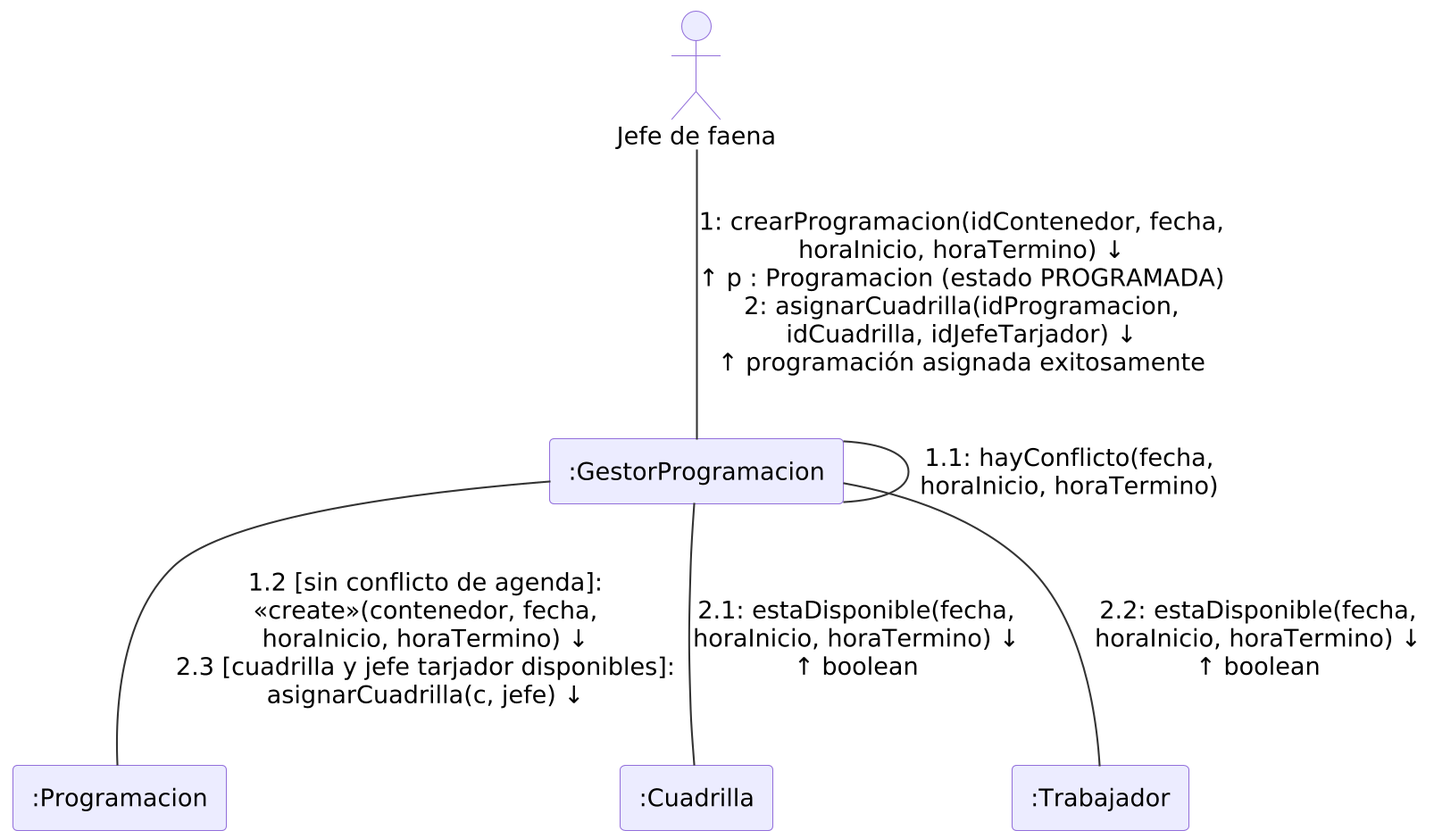
This is Figuras/diagramas/18-col-crear-programacion.png from RenatoEspina/Latex-proyecto, a PlantUML export, as it was before one commit.
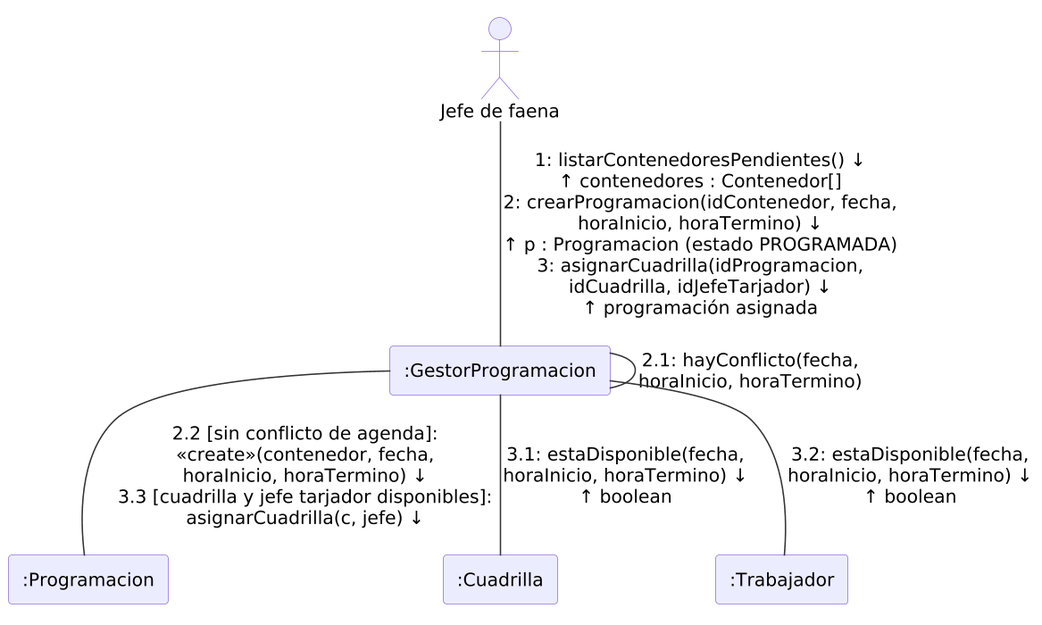
The same diagram one commit later.

Change to the diagram source:
```diff
@@ -1,5 +1,5 @@
 @startuml
-skinparamlocked dpi 200
+skinparamlocked dpi 150
 !include _estilo.iuml
 actor "Jefe de faena" as JF
 rectangle ":GestorProgramacion" as GP
@@ -7,9 +7,9 @@
 rectangle ":Cuadrilla" as CU
 rectangle ":Trabajador" as T
 
-JF -- GP : "1: crearProgramacion(idContenedor, fecha,\nhoraInicio, horaTermino) ↓\n↑ p : Programacion (estado PROGRAMADA)\n2: asignarCuadrilla(idProgramacion,\nidCuadrilla, idJefeTarjador) ↓\n↑ programación asignada exitosamente"
-GP -- GP : "1.1: hayConflicto(fecha,\nhoraInicio, horaTermino)"
-GP -- P : "1.2 [sin conflicto de agenda]:\n<<create>>(contenedor, fecha,\nhoraInicio, horaTermino) ↓\n2.3 [cuadrilla y jefe tarjador disponibles]:\nasignarCuadrilla(c, jefe) ↓"
-GP -- CU : "2.1: estaDisponible(fecha,\nhoraInicio, horaTermino) ↓\n↑ boolean"
-GP -- T : "2.2: estaDisponible(fecha,\nhoraInicio, horaTermino) ↓\n↑ boolean"
+JF -- GP : "1: listarContenedoresPendientes() ↓\n↑ contenedores : Contenedor[]\n2: crearProgramacion(idContenedor, fecha,\nhoraInicio, horaTermino) ↓\n↑ p : Programacion (estado PROGRAMADA)\n3: asignarCuadrilla(idProgramacion,\nidCuadrilla, idJefeTarjador) ↓\n↑ programación asignada"
+GP -- GP : "2.1: hayConflicto(fecha,\nhoraInicio, horaTermino)"
+GP -- P : "2.2 [sin conflicto de agenda]:\n<<create>>(contenedor, fecha,\nhoraInicio, horaTermino) ↓\n3.3 [cuadrilla y jefe tarjador disponibles]:\nasignarCuadrilla(c, jefe) ↓"
+GP -- CU : "3.1: estaDisponible(fecha,\nhoraInicio, horaTermino) ↓\n↑ boolean"
+GP -- T : "3.2: estaDisponible(fecha,\nhoraInicio, horaTermino) ↓\n↑ boolean"
 @enduml
```
